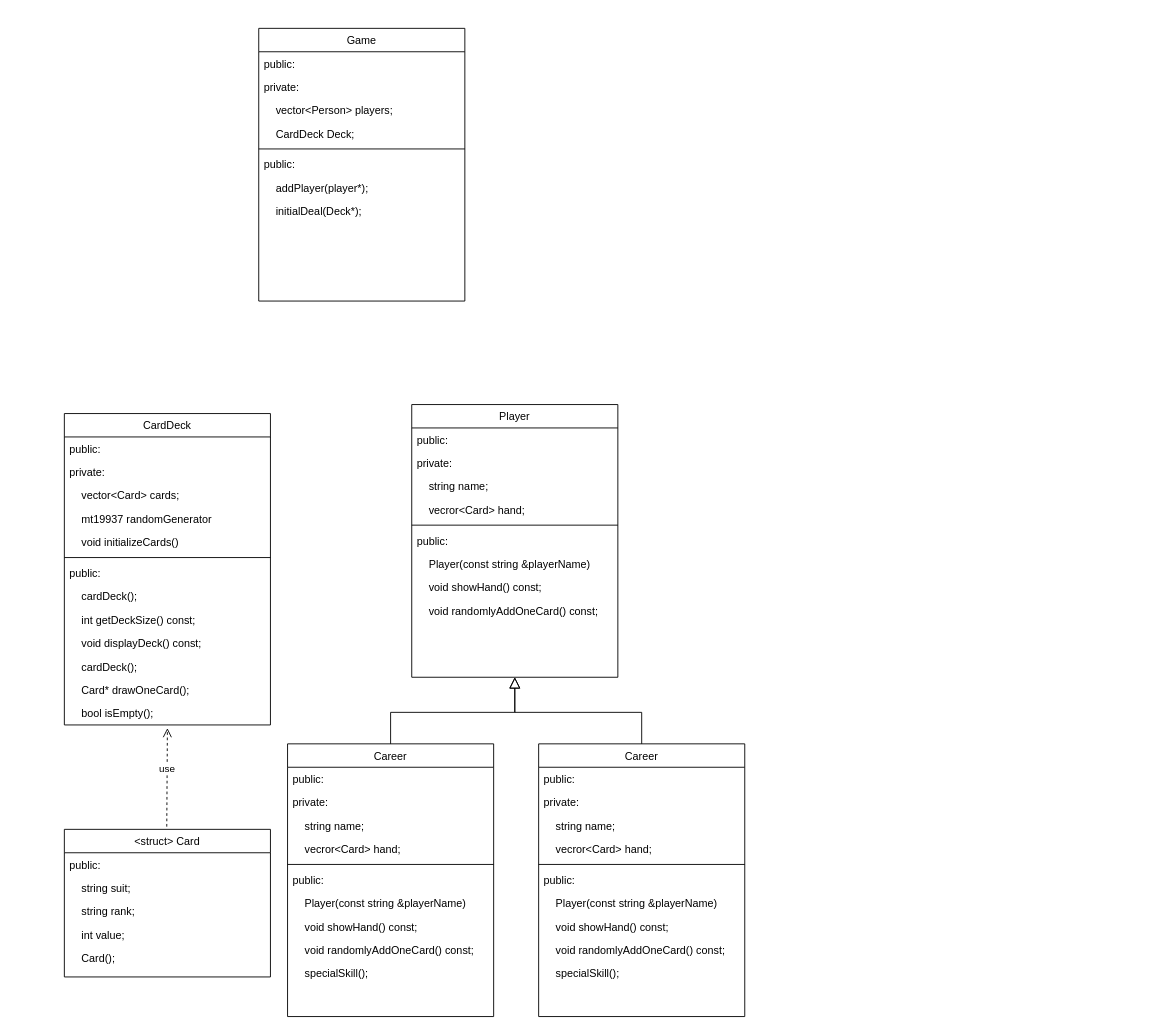
This is classDiagram.drawio from Boleefat/NTU_Programing_Design_finalProject, a draw.io file, before an edit. Source tidied: cells renumbered, new cells numbered last; positions are measured from the earlier drawing's top-left corner, leaving out a move shared by most shapes. Both pictures are drawn from the tidied source at 90%, with x=0, y=0 at pixel (64, 28).
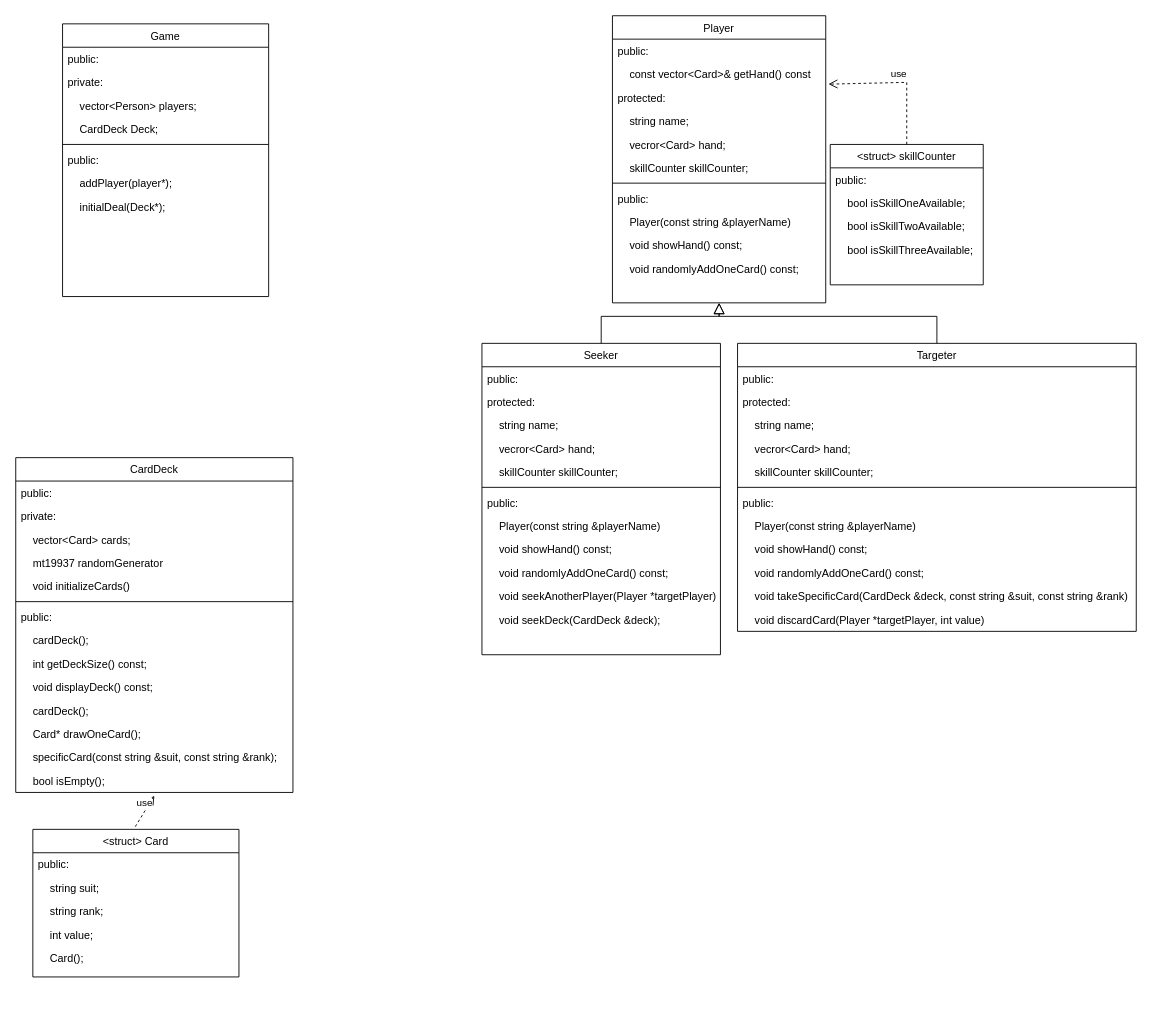
The same page after the edit.

The edit, as a diff of the source:
```diff
@@
     <mxCell id="2" value="CardDeck" style="swimlane;fontStyle=0;align=center;verticalAlign=top;horizontal=1;startSize=26;rounded=0;shadow=0;strokeWidth=1;" parent="1" vertex="1">
-      <mxGeometry y="428" width="229" height="346" as="geometry" />
+      <mxGeometry x="-54" y="477" width="308" height="372" as="geometry" />
     </mxCell>
     <mxCell id="3" value="public:" style="text;align=left;verticalAlign=top;spacingLeft=4;spacingRight=4;overflow=hidden;" parent="2" vertex="1">
-      <mxGeometry y="26" width="229" height="26" as="geometry" />
+      <mxGeometry y="26" width="308" height="26" as="geometry" />
     </mxCell>
     <mxCell id="4" value="private:" style="text;align=left;verticalAlign=top;spacingLeft=4;spacingRight=4;overflow=hidden;rounded=0;shadow=0;html=0;" parent="2" vertex="1">
-      <mxGeometry y="52" width="229" height="26" as="geometry" />
+      <mxGeometry y="52" width="308" height="26" as="geometry" />
     </mxCell>
     <mxCell id="5" value="    vector&lt;Card&gt; cards;" style="text;align=left;verticalAlign=top;spacingLeft=4;spacingRight=4;overflow=hidden;rounded=0;shadow=0;html=0;" parent="2" vertex="1">
-      <mxGeometry y="78" width="229" height="26" as="geometry" />
+      <mxGeometry y="78" width="308" height="26" as="geometry" />
     </mxCell>
     <mxCell id="6" value="    mt19937 randomGenerator" style="text;align=left;verticalAlign=top;spacingLeft=4;spacingRight=4;overflow=hidden;rounded=0;shadow=0;html=0;" parent="2" vertex="1">
-      <mxGeometry y="104" width="229" height="26" as="geometry" />
+      <mxGeometry y="104" width="308" height="26" as="geometry" />
     </mxCell>
     <mxCell id="7" value="    void initializeCards()" style="text;align=left;verticalAlign=top;spacingLeft=4;spacingRight=4;overflow=hidden;rounded=0;shadow=0;html=0;" parent="2" vertex="1">
-      <mxGeometry y="130" width="229" height="26" as="geometry" />
+      <mxGeometry y="130" width="308" height="26" as="geometry" />
     </mxCell>
     <mxCell id="8" style="line;html=1;strokeWidth=1;align=left;verticalAlign=middle;spacingTop=-1;spacingLeft=3;spacingRight=3;labelPosition=right;" parent="2" vertex="1">
-      <mxGeometry y="156" width="229" height="8" as="geometry" />
+      <mxGeometry y="156" width="308" height="8" as="geometry" />
     </mxCell>
     <mxCell id="9" value="public:" style="text;align=left;verticalAlign=top;spacingLeft=4;spacingRight=4;overflow=hidden;" parent="2" vertex="1">
-      <mxGeometry y="164" width="229" height="26" as="geometry" />
+      <mxGeometry y="164" width="308" height="26" as="geometry" />
     </mxCell>
     <mxCell id="10" value="    cardDeck();&#10;" style="text;align=left;verticalAlign=top;spacingLeft=4;spacingRight=4;overflow=hidden;rounded=0;shadow=0;html=0;" parent="2" vertex="1">
-      <mxGeometry y="190" width="229" height="26" as="geometry" />
+      <mxGeometry y="190" width="308" height="26" as="geometry" />
     </mxCell>
     <mxCell id="11" value="    int getDeckSize() const;" style="text;align=left;verticalAlign=top;spacingLeft=4;spacingRight=4;overflow=hidden;rounded=0;shadow=0;html=0;" parent="2" vertex="1">
-      <mxGeometry y="216" width="229" height="26" as="geometry" />
+      <mxGeometry y="216" width="308" height="26" as="geometry" />
     </mxCell>
     <mxCell id="12" value="    void displayDeck() const;" style="text;align=left;verticalAlign=top;spacingLeft=4;spacingRight=4;overflow=hidden;rounded=0;shadow=0;html=0;" parent="2" vertex="1">
-      <mxGeometry y="242" width="229" height="26" as="geometry" />
+      <mxGeometry y="242" width="308" height="26" as="geometry" />
     </mxCell>
     <mxCell id="13" value="    cardDeck();&#10;" style="text;align=left;verticalAlign=top;spacingLeft=4;spacingRight=4;overflow=hidden;rounded=0;shadow=0;html=0;" parent="2" vertex="1">
-      <mxGeometry y="268" width="229" height="26" as="geometry" />
+      <mxGeometry y="268" width="308" height="26" as="geometry" />
     </mxCell>
     <mxCell id="14" value="    Card* drawOneCard();" style="text;align=left;verticalAlign=top;spacingLeft=4;spacingRight=4;overflow=hidden;rounded=0;shadow=0;html=0;" parent="2" vertex="1">
-      <mxGeometry y="294" width="229" height="26" as="geometry" />
+      <mxGeometry y="294" width="308" height="26" as="geometry" />
     </mxCell>
+    <mxCell id="66" value="    specificCard(const string &amp;suit, const string &amp;rank);" style="text;align=left;verticalAlign=top;spacingLeft=4;spacingRight=4;overflow=hidden;rounded=0;shadow=0;html=0;" parent="2" vertex="1">
+      <mxGeometry y="320" width="308" height="26" as="geometry" />
+    </mxCell>
     <mxCell id="15" value="    bool isEmpty();" style="text;align=left;verticalAlign=top;spacingLeft=4;spacingRight=4;overflow=hidden;points=[[0,0.5],[1,0.5]];portConstraint=eastwest;rounded=0;shadow=0;html=0;" parent="2" vertex="1">
-      <mxGeometry y="320" width="229" height="26" as="geometry" />
+      <mxGeometry y="346" width="308" height="26" as="geometry" />
     </mxCell>
     <mxCell id="16" value="&lt;struct&gt; Card" style="swimlane;fontStyle=0;align=center;verticalAlign=top;horizontal=1;startSize=26;rounded=0;shadow=0;strokeWidth=1;" parent="1" vertex="1">
-      <mxGeometry y="890" width="229" height="164" as="geometry" />
+      <mxGeometry x="-35" y="890" width="229" height="164" as="geometry" />
     </mxCell>
@@
     <mxCell id="22" value="use" style="html=1;verticalAlign=bottom;endArrow=open;dashed=1;endSize=8;curved=0;rounded=0;entryX=0.5;entryY=1.136;entryDx=0;entryDy=0;entryPerimeter=0;" parent="1" edge="1" target="15">
       <mxGeometry relative="1" as="geometry">
-        <mxPoint x="113.8" y="887" as="sourcePoint" />
+        <mxPoint x="78.8" y="887" as="sourcePoint" />
       </mxGeometry>
     </mxCell>
     <mxCell id="23" value="Player" style="swimlane;fontStyle=0;align=center;verticalAlign=top;horizontal=1;startSize=26;rounded=0;shadow=0;strokeWidth=1;" parent="1" vertex="1">
-      <mxGeometry x="386" y="418" width="229" height="303" as="geometry" />
+      <mxGeometry x="609" y="-14" width="237" height="319" as="geometry" />
     </mxCell>
     <mxCell id="24" value="public:" style="text;align=left;verticalAlign=top;spacingLeft=4;spacingRight=4;overflow=hidden;" parent="23" vertex="1">
-      <mxGeometry y="26" width="229" height="26" as="geometry" />
+      <mxGeometry y="26" width="237" height="26" as="geometry" />
     </mxCell>
+    <mxCell id="67" value="    const vector&lt;Card&gt;&amp; getHand() const" style="text;align=left;verticalAlign=top;spacingLeft=4;spacingRight=4;overflow=hidden;" parent="23" vertex="1">
+      <mxGeometry y="52" width="237" height="26" as="geometry" />
+    </mxCell>
-    <mxCell id="25" value="private:" style="text;align=left;verticalAlign=top;spacingLeft=4;spacingRight=4;overflow=hidden;rounded=0;shadow=0;html=0;" parent="23" vertex="1">
-      <mxGeometry y="52" width="229" height="26" as="geometry" />
+    <mxCell id="25" value="protected:" style="text;align=left;verticalAlign=top;spacingLeft=4;spacingRight=4;overflow=hidden;rounded=0;shadow=0;html=0;" parent="23" vertex="1">
+      <mxGeometry y="78" width="237" height="26" as="geometry" />
     </mxCell>
     <mxCell id="26" value="    string name;" style="text;align=left;verticalAlign=top;spacingLeft=4;spacingRight=4;overflow=hidden;rounded=0;shadow=0;html=0;" parent="23" vertex="1">
-      <mxGeometry y="78" width="229" height="26" as="geometry" />
+      <mxGeometry y="104" width="237" height="26" as="geometry" />
     </mxCell>
+    <mxCell id="68" value="    vecror&lt;Card&gt; hand;" style="text;align=left;verticalAlign=top;spacingLeft=4;spacingRight=4;overflow=hidden;rounded=0;shadow=0;html=0;" parent="23" vertex="1">
+      <mxGeometry y="130" width="237" height="26" as="geometry" />
+    </mxCell>
-    <mxCell id="27" value="    vecror&lt;Card&gt; hand;" style="text;align=left;verticalAlign=top;spacingLeft=4;spacingRight=4;overflow=hidden;rounded=0;shadow=0;html=0;" parent="23" vertex="1">
-      <mxGeometry y="104" width="229" height="26" as="geometry" />
+    <mxCell id="27" value="    skillCounter skillCounter;" style="text;align=left;verticalAlign=top;spacingLeft=4;spacingRight=4;overflow=hidden;rounded=0;shadow=0;html=0;" parent="23" vertex="1">
+      <mxGeometry y="156" width="237" height="26" as="geometry" />
     </mxCell>
     <mxCell id="28" style="line;html=1;strokeWidth=1;align=left;verticalAlign=middle;spacingTop=-1;spacingLeft=3;spacingRight=3;labelPosition=right;" parent="23" vertex="1">
-      <mxGeometry y="130" width="229" height="8" as="geometry" />
+      <mxGeometry y="182" width="237" height="8" as="geometry" />
     </mxCell>
     <mxCell id="29" value="public:" style="text;align=left;verticalAlign=top;spacingLeft=4;spacingRight=4;overflow=hidden;" parent="23" vertex="1">
-      <mxGeometry y="138" width="229" height="26" as="geometry" />
+      <mxGeometry y="190" width="237" height="26" as="geometry" />
     </mxCell>
     <mxCell id="30" value="    Player(const string &amp;playerName)" style="text;align=left;verticalAlign=top;spacingLeft=4;spacingRight=4;overflow=hidden;rounded=0;shadow=0;html=0;" parent="23" vertex="1">
-      <mxGeometry y="164" width="229" height="26" as="geometry" />
+      <mxGeometry y="216" width="237" height="26" as="geometry" />
     </mxCell>
     <mxCell id="31" value="    void showHand() const;" style="text;align=left;verticalAlign=top;spacingLeft=4;spacingRight=4;overflow=hidden;rounded=0;shadow=0;html=0;" parent="23" vertex="1">
-      <mxGeometry y="190" width="229" height="26" as="geometry" />
+      <mxGeometry y="242" width="237" height="26" as="geometry" />
     </mxCell>
     <mxCell id="32" value="    void randomlyAddOneCard() const;" style="text;align=left;verticalAlign=top;spacingLeft=4;spacingRight=4;overflow=hidden;rounded=0;shadow=0;html=0;" parent="23" vertex="1">
-      <mxGeometry y="216" width="229" height="26" as="geometry" />
+      <mxGeometry y="268" width="237" height="26" as="geometry" />
     </mxCell>
-    <mxCell id="33" value="Career" style="swimlane;fontStyle=0;align=center;verticalAlign=top;horizontal=1;startSize=26;rounded=0;shadow=0;strokeWidth=1;" parent="1" vertex="1">
-      <mxGeometry x="248" y="795" width="229" height="303" as="geometry" />
+    <mxCell id="33" value="Seeker" style="swimlane;fontStyle=0;align=center;verticalAlign=top;horizontal=1;startSize=26;rounded=0;shadow=0;strokeWidth=1;" parent="1" vertex="1">
+      <mxGeometry x="464" y="350" width="265" height="346" as="geometry" />
     </mxCell>
     <mxCell id="34" value="public:" style="text;align=left;verticalAlign=top;spacingLeft=4;spacingRight=4;overflow=hidden;" parent="33" vertex="1">
-      <mxGeometry y="26" width="229" height="26" as="geometry" />
+      <mxGeometry y="26" width="265" height="26" as="geometry" />
     </mxCell>
-    <mxCell id="35" value="private:" style="text;align=left;verticalAlign=top;spacingLeft=4;spacingRight=4;overflow=hidden;rounded=0;shadow=0;html=0;" parent="33" vertex="1">
-      <mxGeometry y="52" width="229" height="26" as="geometry" />
+    <mxCell id="35" value="protected:" style="text;align=left;verticalAlign=top;spacingLeft=4;spacingRight=4;overflow=hidden;rounded=0;shadow=0;html=0;" parent="33" vertex="1">
+      <mxGeometry y="52" width="265" height="26" as="geometry" />
     </mxCell>
     <mxCell id="36" value="    string name;" style="text;align=left;verticalAlign=top;spacingLeft=4;spacingRight=4;overflow=hidden;rounded=0;shadow=0;html=0;" parent="33" vertex="1">
-      <mxGeometry y="78" width="229" height="26" as="geometry" />
+      <mxGeometry y="78" width="265" height="26" as="geometry" />
     </mxCell>
     <mxCell id="37" value="    vecror&lt;Card&gt; hand;" style="text;align=left;verticalAlign=top;spacingLeft=4;spacingRight=4;overflow=hidden;rounded=0;shadow=0;html=0;" parent="33" vertex="1">
-      <mxGeometry y="104" width="229" height="26" as="geometry" />
+      <mxGeometry y="104" width="265" height="26" as="geometry" />
     </mxCell>
+    <mxCell id="69" value="    skillCounter skillCounter;" style="text;align=left;verticalAlign=top;spacingLeft=4;spacingRight=4;overflow=hidden;rounded=0;shadow=0;html=0;" parent="33" vertex="1">
+      <mxGeometry y="130" width="265" height="26" as="geometry" />
+    </mxCell>
     <mxCell id="38" style="line;html=1;strokeWidth=1;align=left;verticalAlign=middle;spacingTop=-1;spacingLeft=3;spacingRight=3;labelPosition=right;" parent="33" vertex="1">
-      <mxGeometry y="130" width="229" height="8" as="geometry" />
+      <mxGeometry y="156" width="265" height="8" as="geometry" />
     </mxCell>
     <mxCell id="39" value="public:" style="text;align=left;verticalAlign=top;spacingLeft=4;spacingRight=4;overflow=hidden;" parent="33" vertex="1">
-      <mxGeometry y="138" width="229" height="26" as="geometry" />
+      <mxGeometry y="164" width="265" height="26" as="geometry" />
     </mxCell>
     <mxCell id="40" value="    Player(const string &amp;playerName)" style="text;align=left;verticalAlign=top;spacingLeft=4;spacingRight=4;overflow=hidden;rounded=0;shadow=0;html=0;" parent="33" vertex="1">
-      <mxGeometry y="164" width="229" height="26" as="geometry" />
+      <mxGeometry y="190" width="265" height="26" as="geometry" />
     </mxCell>
     <mxCell id="41" value="    void showHand() const;" style="text;align=left;verticalAlign=top;spacingLeft=4;spacingRight=4;overflow=hidden;rounded=0;shadow=0;html=0;" parent="33" vertex="1">
-      <mxGeometry y="190" width="229" height="26" as="geometry" />
+      <mxGeometry y="216" width="265" height="26" as="geometry" />
     </mxCell>
     <mxCell id="42" value="    void randomlyAddOneCard() const;" style="text;align=left;verticalAlign=top;spacingLeft=4;spacingRight=4;overflow=hidden;rounded=0;shadow=0;html=0;" parent="33" vertex="1">
-      <mxGeometry y="216" width="229" height="26" as="geometry" />
+      <mxGeometry y="242" width="265" height="26" as="geometry" />
     </mxCell>
-    <mxCell id="43" value="    specialSkill();" style="text;align=left;verticalAlign=top;spacingLeft=4;spacingRight=4;overflow=hidden;rounded=0;shadow=0;html=0;" parent="33" vertex="1">
-      <mxGeometry y="242" width="229" height="26" as="geometry" />
+    <mxCell id="43" value="    void seekAnotherPlayer(Player *targetPlayer)" style="text;align=left;verticalAlign=top;spacingLeft=4;spacingRight=4;overflow=hidden;rounded=0;shadow=0;html=0;" parent="33" vertex="1">
+      <mxGeometry y="268" width="265" height="26" as="geometry" />
     </mxCell>
+    <mxCell id="70" value="    void seekDeck(CardDeck &amp;deck);" style="text;align=left;verticalAlign=top;spacingLeft=4;spacingRight=4;overflow=hidden;rounded=0;shadow=0;html=0;" parent="33" vertex="1">
+      <mxGeometry y="294" width="265" height="26" as="geometry" />
+    </mxCell>
-    <mxCell id="44" value="Career" style="swimlane;fontStyle=0;align=center;verticalAlign=top;horizontal=1;startSize=26;rounded=0;shadow=0;strokeWidth=1;" parent="1" vertex="1">
-      <mxGeometry x="527" y="795" width="229" height="303" as="geometry" />
+    <mxCell id="44" value="Targeter" style="swimlane;fontStyle=0;align=center;verticalAlign=top;horizontal=1;startSize=26;rounded=0;shadow=0;strokeWidth=1;" parent="1" vertex="1">
+      <mxGeometry x="748" y="350" width="443" height="320" as="geometry" />
     </mxCell>
     <mxCell id="45" value="public:" style="text;align=left;verticalAlign=top;spacingLeft=4;spacingRight=4;overflow=hidden;" parent="44" vertex="1">
-      <mxGeometry y="26" width="229" height="26" as="geometry" />
+      <mxGeometry y="26" width="443" height="26" as="geometry" />
     </mxCell>
-    <mxCell id="46" value="private:" style="text;align=left;verticalAlign=top;spacingLeft=4;spacingRight=4;overflow=hidden;rounded=0;shadow=0;html=0;" parent="44" vertex="1">
-      <mxGeometry y="52" width="229" height="26" as="geometry" />
-    </mxCell>
+    <mxCell id="71" value="protected:" style="text;align=left;verticalAlign=top;spacingLeft=4;spacingRight=4;overflow=hidden;rounded=0;shadow=0;html=0;" parent="44" vertex="1">
+      <mxGeometry y="52" width="443" height="26" as="geometry" />
+    </mxCell>
     <mxCell id="47" value="    string name;" style="text;align=left;verticalAlign=top;spacingLeft=4;spacingRight=4;overflow=hidden;rounded=0;shadow=0;html=0;" parent="44" vertex="1">
-      <mxGeometry y="78" width="229" height="26" as="geometry" />
+      <mxGeometry y="78" width="443" height="26" as="geometry" />
     </mxCell>
     <mxCell id="48" value="    vecror&lt;Card&gt; hand;" style="text;align=left;verticalAlign=top;spacingLeft=4;spacingRight=4;overflow=hidden;rounded=0;shadow=0;html=0;" parent="44" vertex="1">
-      <mxGeometry y="104" width="229" height="26" as="geometry" />
+      <mxGeometry y="104" width="443" height="26" as="geometry" />
     </mxCell>
+    <mxCell id="72" value="    skillCounter skillCounter;" style="text;align=left;verticalAlign=top;spacingLeft=4;spacingRight=4;overflow=hidden;rounded=0;shadow=0;html=0;" parent="44" vertex="1">
+      <mxGeometry y="130" width="443" height="26" as="geometry" />
+    </mxCell>
     <mxCell id="49" style="line;html=1;strokeWidth=1;align=left;verticalAlign=middle;spacingTop=-1;spacingLeft=3;spacingRight=3;labelPosition=right;" parent="44" vertex="1">
-      <mxGeometry y="130" width="229" height="8" as="geometry" />
+      <mxGeometry y="156" width="443" height="8" as="geometry" />
     </mxCell>
     <mxCell id="50" value="public:" style="text;align=left;verticalAlign=top;spacingLeft=4;spacingRight=4;overflow=hidden;" parent="44" vertex="1">
-      <mxGeometry y="138" width="229" height="26" as="geometry" />
+      <mxGeometry y="164" width="443" height="26" as="geometry" />
     </mxCell>
     <mxCell id="51" value="    Player(const string &amp;playerName)" style="text;align=left;verticalAlign=top;spacingLeft=4;spacingRight=4;overflow=hidden;rounded=0;shadow=0;html=0;" parent="44" vertex="1">
-      <mxGeometry y="164" width="229" height="26" as="geometry" />
+      <mxGeometry y="190" width="443" height="26" as="geometry" />
     </mxCell>
     <mxCell id="52" value="    void showHand() const;" style="text;align=left;verticalAlign=top;spacingLeft=4;spacingRight=4;overflow=hidden;rounded=0;shadow=0;html=0;" parent="44" vertex="1">
-      <mxGeometry y="190" width="229" height="26" as="geometry" />
+      <mxGeometry y="216" width="443" height="26" as="geometry" />
     </mxCell>
     <mxCell id="53" value="    void randomlyAddOneCard() const;" style="text;align=left;verticalAlign=top;spacingLeft=4;spacingRight=4;overflow=hidden;rounded=0;shadow=0;html=0;" parent="44" vertex="1">
-      <mxGeometry y="216" width="229" height="26" as="geometry" />
+      <mxGeometry y="242" width="443" height="26" as="geometry" />
     </mxCell>
-    <mxCell id="54" value="    specialSkill();" style="text;align=left;verticalAlign=top;spacingLeft=4;spacingRight=4;overflow=hidden;rounded=0;shadow=0;html=0;" parent="44" vertex="1">
-      <mxGeometry y="242" width="229" height="26" as="geometry" />
+    <mxCell id="54" value="    void takeSpecificCard(CardDeck &amp;deck, const string &amp;suit, const string &amp;rank)" style="text;align=left;verticalAlign=top;spacingLeft=4;spacingRight=4;overflow=hidden;rounded=0;shadow=0;html=0;" parent="44" vertex="1">
+      <mxGeometry y="268" width="443" height="26" as="geometry" />
     </mxCell>
+    <mxCell id="73" value="    void discardCard(Player *targetPlayer, int value)" style="text;align=left;verticalAlign=top;spacingLeft=4;spacingRight=4;overflow=hidden;rounded=0;shadow=0;html=0;" parent="44" vertex="1">
+      <mxGeometry y="294" width="443" height="26" as="geometry" />
+    </mxCell>
     <mxCell id="55" style="endArrow=block;endSize=10;endFill=0;shadow=0;strokeWidth=1;rounded=0;edgeStyle=elbowEdgeStyle;elbow=vertical;entryX=0.5;entryY=1;entryDx=0;entryDy=0;exitX=0.5;exitY=0;exitDx=0;exitDy=0;" parent="1" edge="1" source="44" target="23">
       <mxGeometry relative="1" as="geometry">
         <Array as="points">
-          <mxPoint x="572" y="760" />
+          <mxPoint x="791" y="320" />
         </Array>
       </mxGeometry>
     </mxCell>
     <mxCell id="56" style="endArrow=block;endSize=10;endFill=0;shadow=0;strokeWidth=1;rounded=0;edgeStyle=elbowEdgeStyle;elbow=vertical;entryX=0.5;entryY=1;entryDx=0;entryDy=0;exitX=0.5;exitY=0;exitDx=0;exitDy=0;" parent="1" edge="1" source="33" target="23">
       <mxGeometry relative="1" as="geometry">
         <Array as="points">
-          <mxPoint x="418" y="760" />
+          <mxPoint x="654" y="320" />
         </Array>
       </mxGeometry>
     </mxCell>
     <mxCell id="57" value="Game" style="swimlane;fontStyle=0;align=center;verticalAlign=top;horizontal=1;startSize=26;rounded=0;shadow=0;strokeWidth=1;" parent="1" vertex="1">
-      <mxGeometry x="216" width="229" height="303" as="geometry" />
+      <mxGeometry x="-2" y="-5" width="229" height="303" as="geometry" />
     </mxCell>
@@
+    <mxCell id="74" value="&lt;struct&gt; skillCounter" style="swimlane;fontStyle=0;align=center;verticalAlign=top;horizontal=1;startSize=26;rounded=0;shadow=0;strokeWidth=1;" parent="1" vertex="1">
+      <mxGeometry x="851" y="129" width="170" height="156" as="geometry" />
+    </mxCell>
+    <mxCell id="75" value="public:" style="text;align=left;verticalAlign=top;spacingLeft=4;spacingRight=4;overflow=hidden;" parent="74" vertex="1">
+      <mxGeometry y="26" width="170" height="26" as="geometry" />
+    </mxCell>
+    <mxCell id="76" value="    bool isSkillOneAvailable;" style="text;align=left;verticalAlign=top;spacingLeft=4;spacingRight=4;overflow=hidden;rounded=0;shadow=0;html=0;" parent="74" vertex="1">
+      <mxGeometry y="52" width="170" height="26" as="geometry" />
+    </mxCell>
+    <mxCell id="77" value="    bool isSkillTwoAvailable;&#10;" style="text;align=left;verticalAlign=top;spacingLeft=4;spacingRight=4;overflow=hidden;rounded=0;shadow=0;html=0;" parent="74" vertex="1">
+      <mxGeometry y="78" width="170" height="26" as="geometry" />
+    </mxCell>
+    <mxCell id="78" value="    bool isSkillThreeAvailable;" style="text;align=left;verticalAlign=top;spacingLeft=4;spacingRight=4;overflow=hidden;rounded=0;shadow=0;html=0;" parent="74" vertex="1">
+      <mxGeometry y="104" width="170" height="26" as="geometry" />
+    </mxCell>
+    <mxCell id="79" value="use" style="html=1;verticalAlign=bottom;endArrow=open;dashed=1;endSize=8;curved=0;rounded=0;exitX=0.5;exitY=0;exitDx=0;exitDy=0;" parent="1" edge="1" source="74">
+      <mxGeometry relative="1" as="geometry">
+        <mxPoint x="849" y="62" as="targetPoint" />
+        <Array as="points">
+          <mxPoint x="936" y="60" />
+        </Array>
+      </mxGeometry>
+    </mxCell>
```
